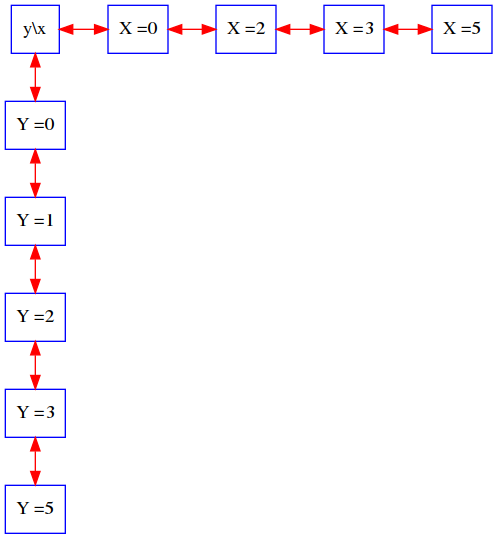
This is matriz.png from martinfdev/EDD-Matriz-Dinamica, a Graphviz export, as it was before one commit. Its source is kept beside it as matriz.dot. Source of this version:
```dot
digraph G {
rankdir = TB;
node [shape=rectangle, color=blue, height=0.5, width=0.5];
edge [color= red];
graph[ nodesep = 0.5];
nodeXY [label="y\\x"];
nodeXY -> nodeX0 [dir=both];
nodeX0 [label="X =0"];
nodeX0 -> nodeX2 [dir = both];
nodeX2 [label="X =2"];
nodeX2 -> nodeX3 [dir = both];
nodeX3 [label="X =3"];
nodeX3 -> nodeX5 [dir = both];
nodeX5 [label="X =5"];
{ rank=same; nodeXY; nodeX0; nodeX2; nodeX3; nodeX5; }
nodeXY -> nodeY0 [dir=both];
nodeY0 [label="Y =0"];
nodeY0 -> nodeY1 [dir = both];
nodeY1 [label="Y =1"];
nodeY1 -> nodeY2 [dir = both];
nodeY2 [label="Y =2"];
nodeY2 -> nodeY3 [dir = both];
nodeY3 [label="Y =3"];
nodeY3 -> nodeY5 [dir = both];
nodeY5 [label="Y =5"];
}
```
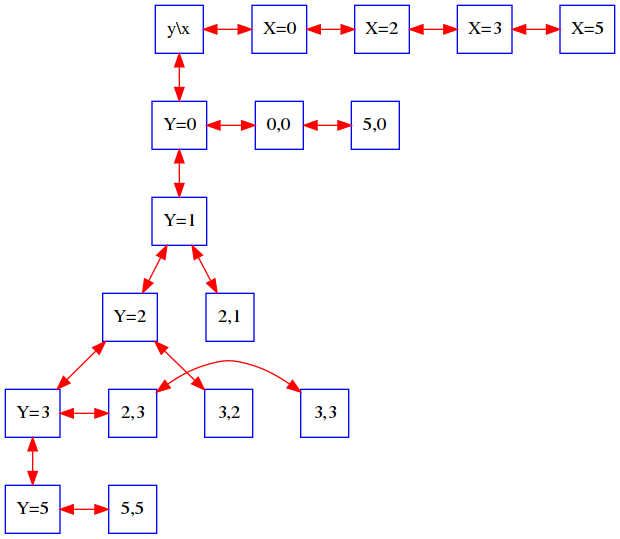
Above is the later version.

Change to the diagram source:
```diff
@@ -4,23 +4,47 @@
 edge [color= red];
 graph[ nodesep = 0.5];
 nodeXY [label="y\\x"];
+nodeX0 [label="X=0"];
+nodeX2 [label="X=2"];
+nodeX3 [label="X=3"];
+nodeX5 [label="X=5"];
+
+nodeY0 [label="Y=0"];
+nodeY1 [label="Y=1"];
+nodeY2 [label="Y=2"];
+nodeY3 [label="Y=3"];
+nodeY5 [label="Y=5"];
+
+nodev00 [label="0,0"];
+nodev50 [label="5,0"];
+nodev21 [label="2,1"];
+nodev32 [label="3,2"];
+nodev23 [label="2,3"];
+nodev33 [label="3,3"];
+nodev55 [label="5,5"];
+
 nodeXY -> nodeX0 [dir=both];
-nodeX0 [label="X =0"];
-nodeX0 -> nodeX2 [dir = both];
-nodeX2 [label="X =2"];
-nodeX2 -> nodeX3 [dir = both];
-nodeX3 [label="X =3"];
-nodeX3 -> nodeX5 [dir = both];
-nodeX5 [label="X =5"];
+nodeX0 -> nodeX2 [dir=both];
+nodeX2 -> nodeX3 [dir=both];
+nodeX3 -> nodeX5 [dir=both];
+
+nodeXY -> nodeY0 [dir=both];
+nodeY0 -> nodeY1 [dir=both];
+nodeY1 -> nodeY2 [dir=both];
+nodeY2 -> nodeY3 [dir=both];
+nodeY3 -> nodeY5 [dir=both];
+
+nodeY0 -> nodev00 [dir=both];
+nodev00 -> nodev50 [constraint=false, dir=both];
+nodeY1 -> nodev21 [dir=both];
+nodeY2 -> nodev32 [dir=both];
+nodeY3 -> nodev23 [dir=both];
+nodev23 -> nodev33 [constraint=false, dir=both];
+nodeY5 -> nodev55 [dir=both];
+
 { rank=same; nodeXY; nodeX0; nodeX2; nodeX3; nodeX5; }
-nodeXY -> nodeY0 [dir=both];
-nodeY0 [label="Y =0"];
-nodeY0 -> nodeY1 [dir = both];
-nodeY1 [label="Y =1"];
-nodeY1 -> nodeY2 [dir = both];
-nodeY2 [label="Y =2"];
-nodeY2 -> nodeY3 [dir = both];
-nodeY3 [label="Y =3"];
-nodeY3 -> nodeY5 [dir = both];
-nodeY5 [label="Y =5"];
+{rank=same; nodeY0; nodev00; nodev50; }
+{rank=same; nodeY3; nodev23; nodev33; }
+{rank=same; nodeY5; nodev55; }
+
 }
```
